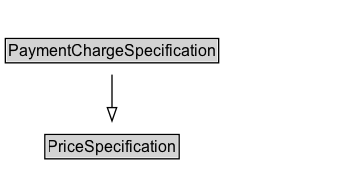
The Graphviz diagram docs/diagrams/PaymentChargeSpecification.dot.png in k-vaughn/ontology-import-gr, before a commit. Its source is kept beside it as docs/diagrams/PaymentChargeSpecification.dot.
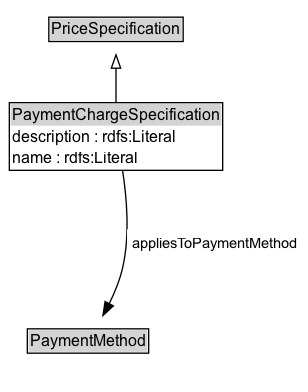
Above is the later version.

Change to the diagram source:
```diff
@@ -2,14 +2,22 @@
 	graph [overlap=false rankdir=TB splines=true]
 	node [fontname=Arial fontsize=12 margin=0 shape=none]
 	edge [fontname=Arial fontsize=11]
-	PaymentChargeSpecification [label=<<TABLE BORDER="1" CELLBORDER="0" CELLSPACING="0" CELLPADDING="1"><TR><TD BGCOLOR="lightgray" ALIGN="CENTER">PaymentChargeSpecification</TD></TR></TABLE>> URL="../PaymentChargeSpecification" margin=0]
+	{
+		rank=source
+		PriceSpecification [label=<<TABLE BORDER="1" CELLBORDER="0" CELLSPACING="0" CELLPADDING="1"><TR><TD BGCOLOR="lightgray" ALIGN="CENTER">PriceSpecification</TD></TR></TABLE>> URL="../PriceSpecification" margin=0]
+	}
+	PaymentChargeSpecification [label=<<TABLE BORDER="1" CELLBORDER="0" CELLSPACING="0" CELLPADDING="1"><TR><TD BGCOLOR="lightgray" ALIGN="CENTER">PaymentChargeSpecification</TD></TR><TR><TD ALIGN="LEFT">description : rdfs:Literal</TD></TR><TR><TD ALIGN="LEFT">name : rdfs:Literal</TD></TR></TABLE>> URL="../PaymentChargeSpecification" margin=0]
 	{
 		rank=max
 	}
 	subgraph cluster_associated {
 		label="" style=invis
 		Invis [label=<<TABLE BORDER="0" CELLBORDER="0" CELLSPACING="0" CELLPADDING="1"><TR><TD></TD></TR></TABLE>> margin=0 style=invis]
+		PaymentMethod [label=<<TABLE BORDER="1" CELLBORDER="0" CELLSPACING="0" CELLPADDING="1"><TR><TD BGCOLOR="lightgray" ALIGN="CENTER">PaymentMethod</TD></TR></TABLE>> URL="../PaymentMethod" margin=0]
 	}
-	PriceSpecification [label=<<TABLE BORDER="1" CELLBORDER="0" CELLSPACING="0" CELLPADDING="1"><TR><TD BGCOLOR="lightgray" ALIGN="CENTER">PriceSpecification</TD></TR></TABLE>> URL="../PriceSpecification" margin=0]
 	PaymentChargeSpecification -> PriceSpecification [arrowhead=onormal style=solid]
+	PaymentChargeSpecification -> Invis [style=invis]
+	Invis -> PaymentMethod [style=invis]
+	PaymentMethod [label=<<TABLE BORDER="1" CELLBORDER="0" CELLSPACING="0" CELLPADDING="1"><TR><TD BGCOLOR="lightgray" ALIGN="CENTER">PaymentMethod</TD></TR></TABLE>> URL="../PaymentMethod" margin=0]
+	PaymentChargeSpecification -> PaymentMethod [label=<<TABLE BORDER="0" CELLBORDER="0" CELLSPACING="0" CELLPADDING="4" BGCOLOR="white"><TR><TD ALIGN="CENTER">appliesToPaymentMethod</TD></TR></TABLE>> arrowhead=normal style=solid]
 }
```
